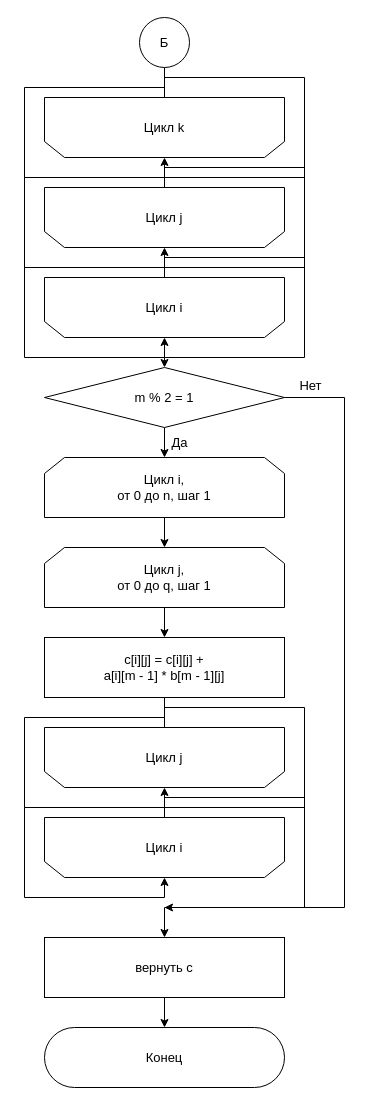
Earlier version of the draw.io diagram page "winograd-2" (3 of 9) of lab-02/report/algo.drawio (swilldi/bmstu-sem5-algorithm-analysis). Source tidied: cells renumbered, new cells numbered last; positions are measured from the earlier drawing's top-left corner, leaving out a move shared by most shapes. Both pictures are drawn from the tidied source at 100%, with x=0, y=0 at pixel (44, 17).
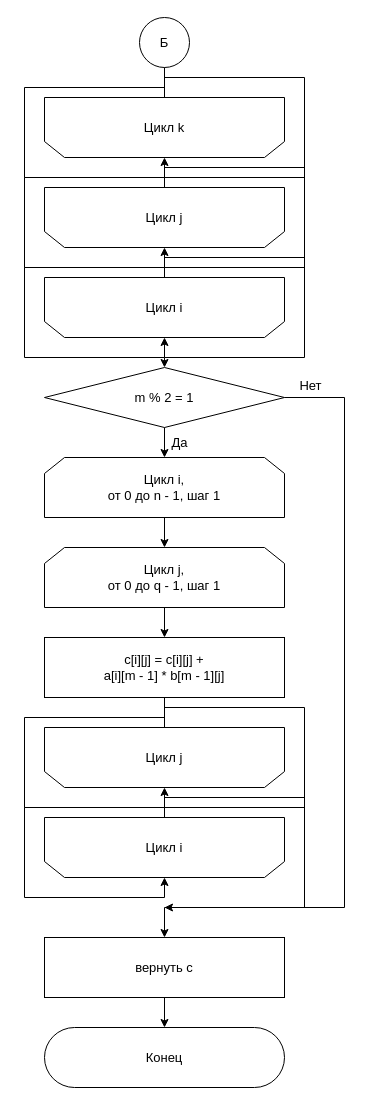
After the change.

What changed in the source:
```diff
@@
-    <mxCell id="11" value="&lt;div&gt;Цикл i,&lt;/div&gt;&lt;div&gt;от 0 до n, шаг 1&lt;/div&gt;" style="shape=loopLimit;whiteSpace=wrap;html=1;fontSize=13;" parent="1" vertex="1">
+    <mxCell id="11" value="&lt;div&gt;Цикл i,&lt;/div&gt;&lt;div&gt;от 0 до n - 1, шаг 1&lt;/div&gt;" style="shape=loopLimit;whiteSpace=wrap;html=1;fontSize=13;" parent="1" vertex="1">
       <mxGeometry y="440" width="240" height="60" as="geometry" />
     </mxCell>
@@
-    <mxCell id="13" value="&lt;div&gt;Цикл j,&lt;/div&gt;&lt;div&gt;от 0 до q, шаг 1&lt;/div&gt;" style="shape=loopLimit;whiteSpace=wrap;html=1;fontSize=13;" parent="1" vertex="1">
+    <mxCell id="13" value="&lt;div&gt;Цикл j,&lt;/div&gt;&lt;div&gt;от 0 до q - 1, шаг 1&lt;/div&gt;" style="shape=loopLimit;whiteSpace=wrap;html=1;fontSize=13;" parent="1" vertex="1">
       <mxGeometry y="530" width="240" height="60" as="geometry" />
     </mxCell>
```
